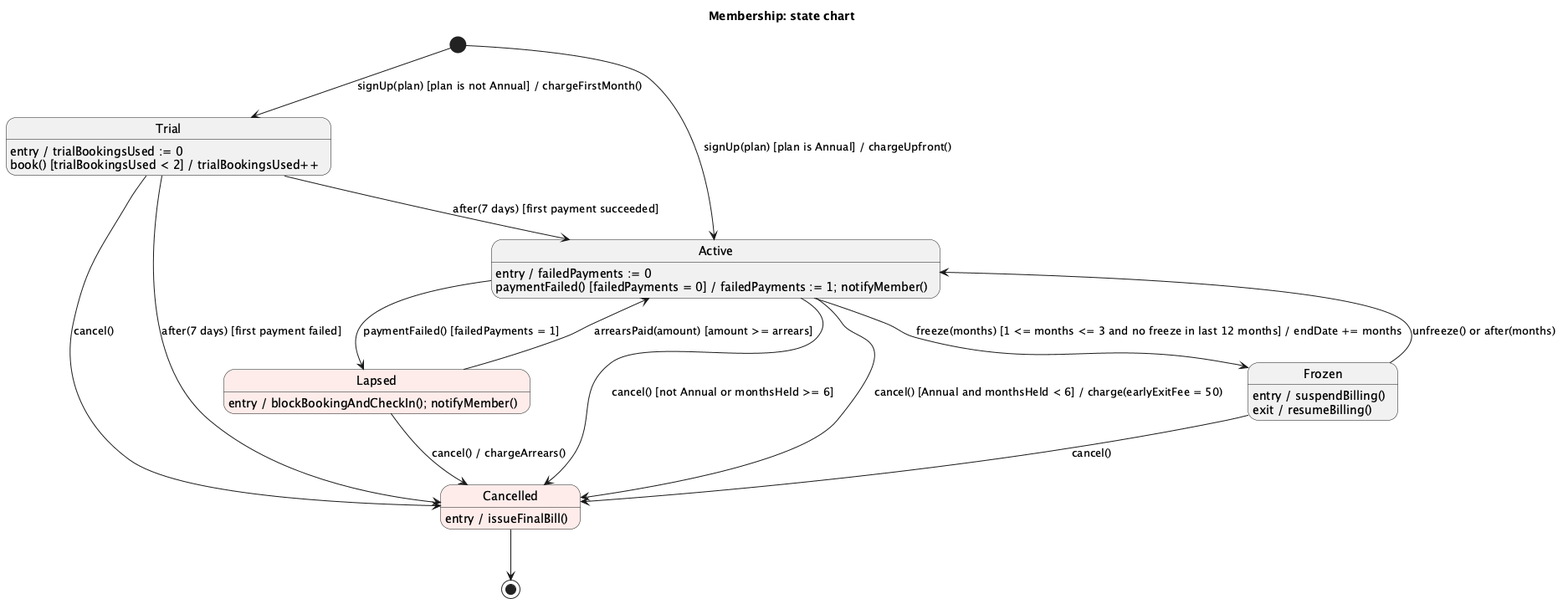
The PlantUML diagram docs/analysis/membership-statechart.png in CS6451-Advanced-Software-Design/Gym-Membership, before a commit. Source of this version:
```plantuml
@startuml membership-statechart
title Membership: state chart
hide empty description
skinparam state {
  BackgroundColor<<blocked>> #FDECEA
}

[*] --> Trial : signUp(plan) [plan is not Annual] / chargeFirstMonth()
[*] --> Active : signUp(plan) [plan is Annual] / chargeUpfront()

state Trial {
  Trial : entry / trialBookingsUsed := 0
  Trial : book() [trialBookingsUsed < 2] / trialBookingsUsed++
}

state Active {
  Active : entry / failedPayments := 0
  Active : paymentFailed() [failedPayments = 0] / failedPayments := 1; notifyMember()
}

state Frozen {
  Frozen : entry / suspendBilling()
  Frozen : exit / resumeBilling()
}

state Lapsed <<blocked>> {
  Lapsed : entry / blockBookingAndCheckIn(); notifyMember()
}

state Cancelled <<blocked>> {
  Cancelled : entry / issueFinalBill()
}

Trial --> Active : after(7 days) [first payment succeeded]
Trial --> Cancelled : cancel()
Trial --> Cancelled : after(7 days) [first payment failed]

Active --> Frozen : freeze(months) [1 <= months <= 3 and no freeze in last 12 months] / endDate += months
Frozen --> Active : unfreeze() or after(months)
Active --> Lapsed : paymentFailed() [failedPayments = 1]
Lapsed --> Active : arrearsPaid(amount) [amount >= arrears]

Active --> Cancelled : cancel() [not Annual or monthsHeld >= 6]
Active --> Cancelled : cancel() [Annual and monthsHeld < 6] / charge(earlyExitFee = 50)
Frozen --> Cancelled : cancel()
Lapsed --> Cancelled : cancel() / chargeArrears()

Cancelled --> [*]
@enduml
```
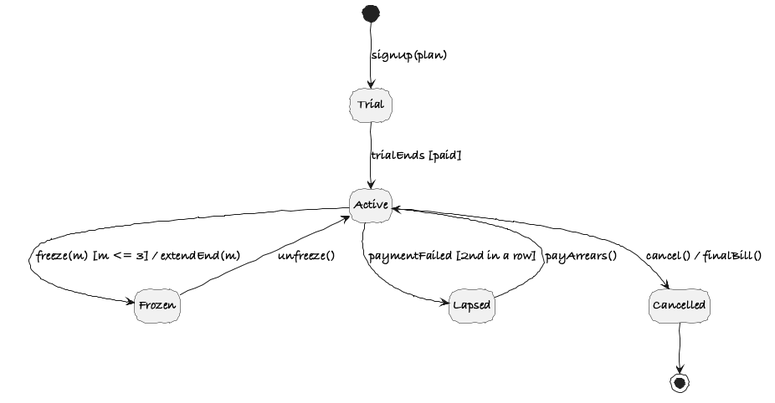
Above is the later version.

The edit, as a diff of the source:
```diff
@@ -1,49 +1,13 @@
 @startuml membership-statechart
-title Membership: state chart
+!include ../style.iuml
 hide empty description
-skinparam state {
-  BackgroundColor<<blocked>> #FDECEA
-}
 
-[*] --> Trial : signUp(plan) [plan is not Annual] / chargeFirstMonth()
-[*] --> Active : signUp(plan) [plan is Annual] / chargeUpfront()
-
-state Trial {
-  Trial : entry / trialBookingsUsed := 0
-  Trial : book() [trialBookingsUsed < 2] / trialBookingsUsed++
-}
-
-state Active {
-  Active : entry / failedPayments := 0
-  Active : paymentFailed() [failedPayments = 0] / failedPayments := 1; notifyMember()
-}
-
-state Frozen {
-  Frozen : entry / suspendBilling()
-  Frozen : exit / resumeBilling()
-}
-
-state Lapsed <<blocked>> {
-  Lapsed : entry / blockBookingAndCheckIn(); notifyMember()
-}
-
-state Cancelled <<blocked>> {
-  Cancelled : entry / issueFinalBill()
-}
-
-Trial --> Active : after(7 days) [first payment succeeded]
-Trial --> Cancelled : cancel()
-Trial --> Cancelled : after(7 days) [first payment failed]
-
-Active --> Frozen : freeze(months) [1 <= months <= 3 and no freeze in last 12 months] / endDate += months
-Frozen --> Active : unfreeze() or after(months)
-Active --> Lapsed : paymentFailed() [failedPayments = 1]
-Lapsed --> Active : arrearsPaid(amount) [amount >= arrears]
-
-Active --> Cancelled : cancel() [not Annual or monthsHeld >= 6]
-Active --> Cancelled : cancel() [Annual and monthsHeld < 6] / charge(earlyExitFee = 50)
-Frozen --> Cancelled : cancel()
-Lapsed --> Cancelled : cancel() / chargeArrears()
-
+[*] --> Trial : signUp(plan)
+Trial --> Active : trialEnds [paid]
+Active --> Frozen : freeze(m) [m <= 3] / extendEnd(m)
+Frozen --> Active : unfreeze()
+Active --> Lapsed : paymentFailed [2nd in a row]
+Lapsed --> Active : payArrears()
+Active --> Cancelled : cancel() / finalBill()
 Cancelled --> [*]
 @enduml
```
